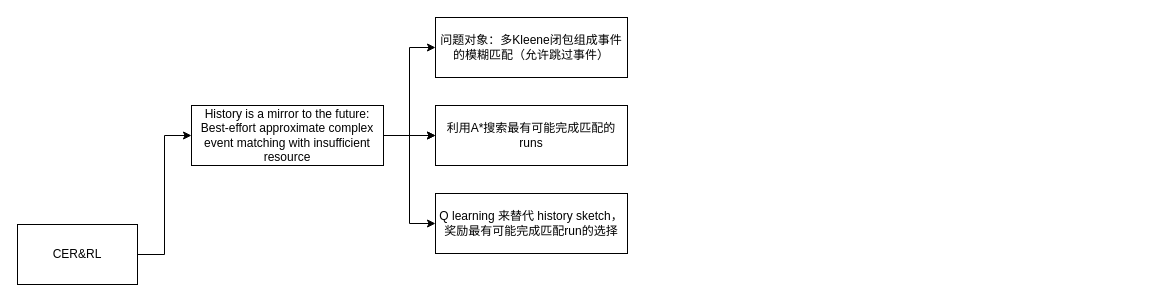
Before: reforcelearning_for_complex_event_recogization.drawio in LiLiJacky/graphData, a draw.io diagram. Source tidied: cells renumbered, new cells numbered last; positions are measured from the earlier drawing's top-left corner, leaving out a move shared by most shapes. Both pictures are drawn from the tidied source at 100%, with x=0, y=0 at pixel (17, 17).
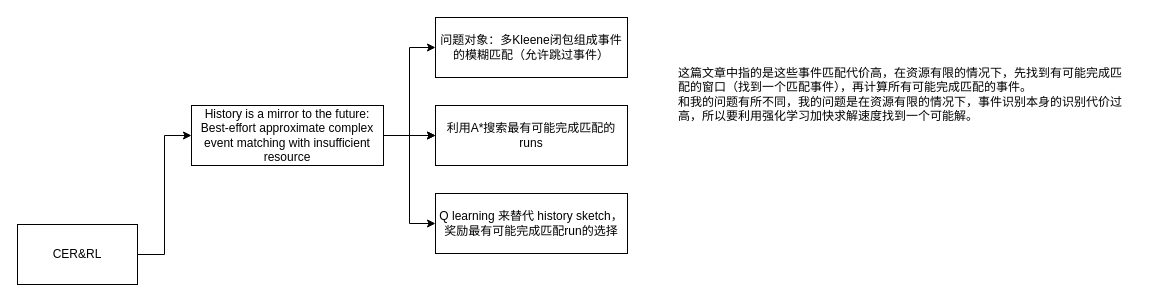
The same page after the edit.

Change to the diagram source:
```diff
@@
 <mxGraphModel>
   <root>
     <mxCell id="0" />
     <mxCell id="1" parent="0" />
     <mxCell id="2" style="edgeStyle=orthogonalEdgeStyle;rounded=0;jettySize=auto;html=1;entryX=0;entryY=0.5;entryDx=0;entryDy=0;" parent="1" edge="1" source="3" target="8">
       <mxGeometry relative="1" as="geometry" />
     </mxCell>
     <mxCell id="3" value="CER&amp;amp;RL" style="rounded=0;whiteSpace=wrap;html=1;" parent="1" vertex="1">
       <mxGeometry y="207" width="120" height="60" as="geometry" />
     </mxCell>
     <mxCell id="4" style="edgeStyle=orthogonalEdgeStyle;rounded=0;jettySize=auto;html=1;entryX=0;entryY=0.5;entryDx=0;entryDy=0;" parent="1" edge="1" source="8" target="9">
       <mxGeometry relative="1" as="geometry" />
     </mxCell>
     <mxCell id="5" style="edgeStyle=orthogonalEdgeStyle;rounded=0;jettySize=auto;html=1;" parent="1" edge="1" source="8" target="10">
       <mxGeometry relative="1" as="geometry" />
     </mxCell>
     <mxCell id="6" style="edgeStyle=orthogonalEdgeStyle;rounded=0;jettySize=auto;html=1;" parent="1" edge="1" source="8" target="10">
       <mxGeometry relative="1" as="geometry" />
     </mxCell>
     <mxCell id="7" style="edgeStyle=orthogonalEdgeStyle;rounded=0;jettySize=auto;html=1;entryX=0;entryY=0.5;entryDx=0;entryDy=0;" parent="1" edge="1" source="8" target="11">
       <mxGeometry relative="1" as="geometry" />
     </mxCell>
     <mxCell id="8" value="History is a mirror to the future: Best-effort approximate complex event matching with insufficient resource" style="rounded=0;whiteSpace=wrap;html=1;" parent="1" vertex="1">
       <mxGeometry x="174" y="88" width="192" height="60" as="geometry" />
     </mxCell>
     <mxCell id="9" value="问题对象：多Kleene闭包组成事件的模糊匹配（允许跳过事件）" style="rounded=0;whiteSpace=wrap;html=1;" parent="1" vertex="1">
       <mxGeometry x="418" width="192" height="60" as="geometry" />
     </mxCell>
     <mxCell id="10" value="利用A*搜索最有可能完成匹配的runs" style="rounded=0;whiteSpace=wrap;html=1;" parent="1" vertex="1">
       <mxGeometry x="418" y="88" width="192" height="60" as="geometry" />
     </mxCell>
     <mxCell id="11" value="Q learning 来替代 history sketch，奖励最有可能完成匹配run的选择" style="rounded=0;whiteSpace=wrap;html=1;" parent="1" vertex="1">
       <mxGeometry x="418" y="176" width="192" height="60" as="geometry" />
     </mxCell>
+    <mxCell id="12" value="这篇文章中指的是这些事件匹配代价高，在资源有限的情况下，先找到有可能完成匹配的窗口（找到一个匹配事件），再计算所有可能完成匹配的事件。&lt;div&gt;和我的问题有所不同，我的问题是在资源有限的情况下，事件识别本身的识别代价过高，所以要利用强化学习加快求解速度找到一个可能解。&lt;/div&gt;" style="text;html=1;align=left;verticalAlign=middle;whiteSpace=wrap;rounded=0;" parent="1" vertex="1">
+      <mxGeometry x="659" y="19" width="455" height="115" as="geometry" />
+    </mxCell>
   </root>
 </mxGraphModel>
```
